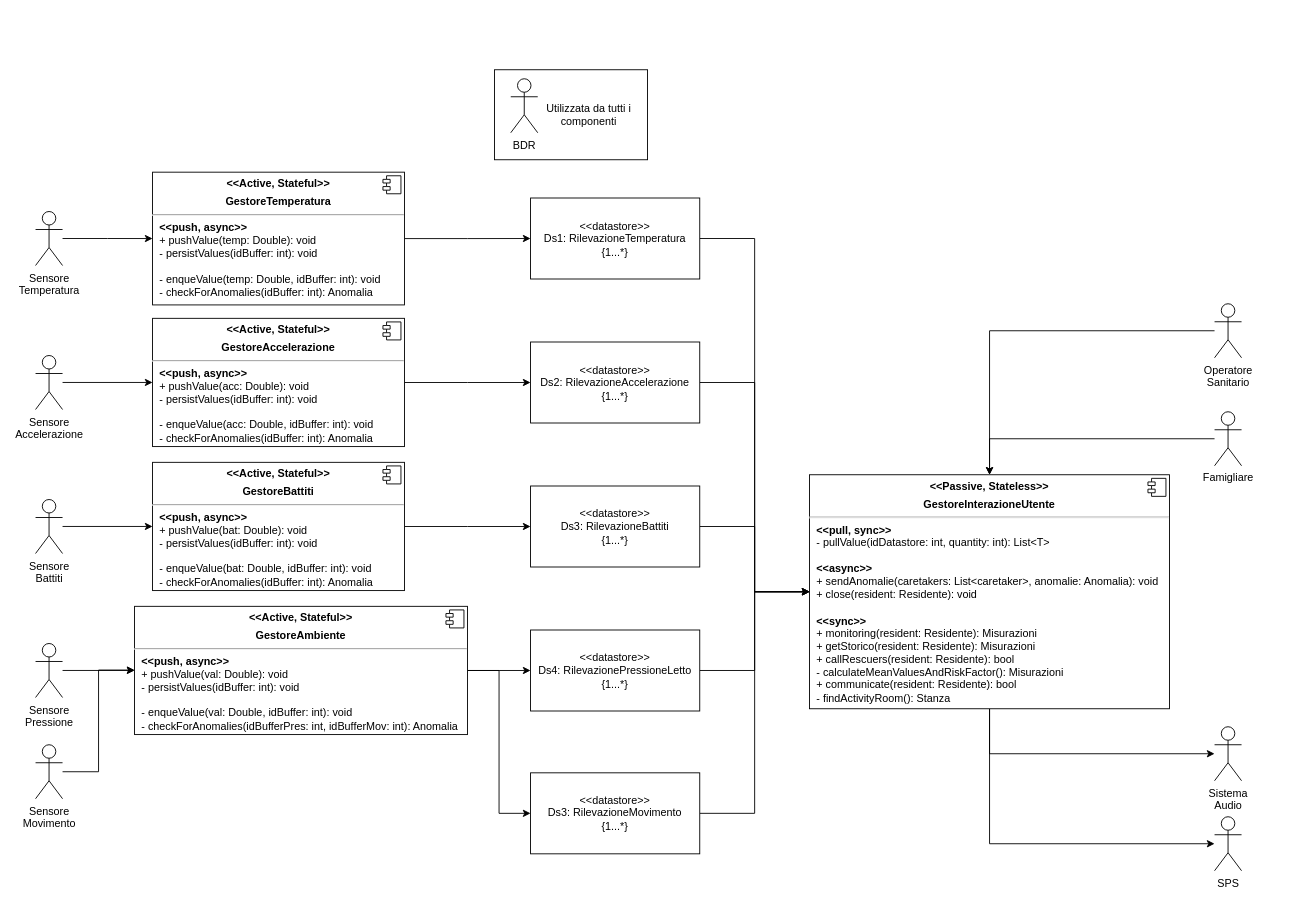
This is page "ConcreteArchitecture" (6 of 11) of Progetto/Diagrammi_Attivita/DiagrammiAttivita.drawio from Wonderjack996/unimib-software-architecture, a draw.io file, before an edit. Source tidied: cells renumbered, new cells numbered last; positions are measured from the earlier drawing's top-left corner, leaving out a move shared by most shapes. Both pictures are drawn from the tidied source at 90%, with x=0, y=0 at pixel (35, 69).
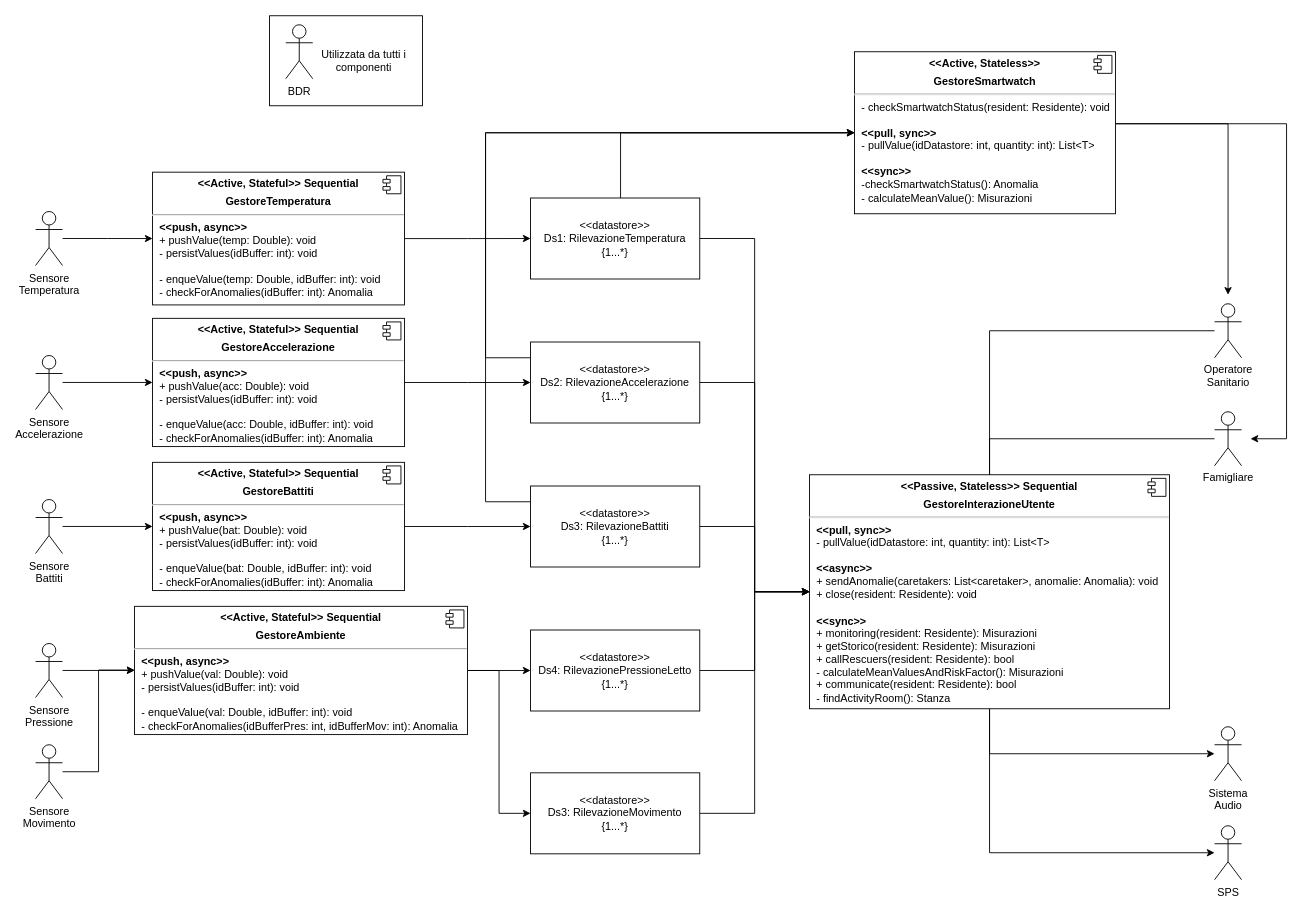
The same diagram, later.

Unchanged cells that the change refers to:
```xml
<mxCell id="4" value="&lt;div&gt;&amp;lt;&amp;lt;datastore&amp;gt;&amp;gt;&lt;/div&gt;&lt;div&gt;Ds1: RilevazioneTemperatura&lt;/div&gt;&lt;div&gt;&lt;span style=&quot;background-color: initial;&quot;&gt;{1...*}&lt;/span&gt;&lt;/div&gt;" style="rounded=0;whiteSpace=wrap;html=1;" parent="1" vertex="1">
  <mxGeometry x="550" y="142.5" width="188" height="90" as="geometry" />
</mxCell>
<mxCell id="11" value="&lt;div&gt;&amp;lt;&amp;lt;datastore&amp;gt;&amp;gt;&lt;/div&gt;&lt;div&gt;Ds2: RilevazioneAccelerazione&lt;/div&gt;&lt;div&gt;&lt;span style=&quot;background-color: initial;&quot;&gt;{1...*}&lt;/span&gt;&lt;/div&gt;" style="rounded=0;whiteSpace=wrap;html=1;" parent="1" vertex="1">
  <mxGeometry x="550" y="302.5" width="188" height="90" as="geometry" />
</mxCell>
<mxCell id="18" value="&lt;div&gt;&amp;lt;&amp;lt;datastore&amp;gt;&amp;gt;&lt;/div&gt;&lt;div&gt;Ds3: RilevazioneBattiti&lt;/div&gt;&lt;div&gt;&lt;span style=&quot;background-color: initial;&quot;&gt;{1...*}&lt;/span&gt;&lt;/div&gt;" style="rounded=0;whiteSpace=wrap;html=1;" parent="1" vertex="1">
  <mxGeometry x="550" y="462.5" width="188" height="90" as="geometry" />
</mxCell>
<mxCell id="41" value="Operatore&lt;br&gt;Sanitario" style="shape=umlActor;verticalLabelPosition=bottom;verticalAlign=top;html=1;outlineConnect=0;" parent="1" vertex="1">
  <mxGeometry x="1310" y="260" width="30" height="60" as="geometry" />
</mxCell>
<mxCell id="43" value="Famigliare" style="shape=umlActor;verticalLabelPosition=bottom;verticalAlign=top;html=1;outlineConnect=0;" parent="1" vertex="1">
  <mxGeometry x="1310" y="380" width="30" height="60" as="geometry" />
</mxCell>
```

The edit, as a diff of the source:
```diff
@@
     <mxCell id="2" style="rounded=0;whiteSpace=wrap;html=1;" parent="1" vertex="1">
-      <mxGeometry x="510" width="170" height="100" as="geometry" />
+      <mxGeometry x="260" y="-60" width="170" height="100" as="geometry" />
     </mxCell>
@@
+    <mxCell id="48" style="edgeStyle=orthogonalEdgeStyle;rounded=0;jettySize=auto;html=1;entryX=0;entryY=0.5;entryDx=0;entryDy=0;endArrow=classic;endFill=1;" parent="1" edge="1" source="4" target="53">
+      <mxGeometry relative="1" as="geometry">
+        <Array as="points">
+          <mxPoint x="650" y="70" />
+        </Array>
+      </mxGeometry>
+    </mxCell>
@@
-    <mxCell id="6" value="&lt;p style=&quot;margin:0px;margin-top:6px;text-align:center;&quot;&gt;&lt;b&gt;&amp;lt;&amp;lt;Active, Stateful&amp;gt;&amp;gt;&lt;/b&gt;&lt;/p&gt;&lt;p style=&quot;margin:0px;margin-top:6px;text-align:center;&quot;&gt;&lt;b&gt;GestoreTemperatura&lt;/b&gt;&lt;/p&gt;&lt;hr&gt;&lt;p style=&quot;margin:0px;margin-left:8px;&quot;&gt;&lt;b&gt;&amp;lt;&amp;lt;push, async&amp;gt;&amp;gt;&lt;/b&gt;&lt;/p&gt;&lt;p style=&quot;margin:0px;margin-left:8px;&quot;&gt;+ pushValue(temp: Double): void&lt;/p&gt;&lt;p style=&quot;border-color: var(--border-color); margin: 0px 0px 0px 8px;&quot;&gt;- persistValues(idBuffer: int): void&lt;/p&gt;&lt;p style=&quot;margin:0px;margin-left:8px;&quot;&gt;&lt;br&gt;- enqueValue(temp: Double, idBuffer: int): void&lt;/p&gt;&lt;p style=&quot;margin:0px;margin-left:8px;&quot;&gt;- checkForAnomalies(idBuffer: int): Anomalia&lt;/p&gt;&lt;p style=&quot;margin:0px;margin-left:8px;&quot;&gt;&lt;br&gt;&lt;/p&gt;&lt;p style=&quot;margin:0px;margin-left:8px;&quot;&gt;&lt;br&gt;&lt;/p&gt;" style="align=left;overflow=fill;html=1;" parent="1" vertex="1">
+    <mxCell id="6" value="&lt;p style=&quot;margin:0px;margin-top:6px;text-align:center;&quot;&gt;&lt;b&gt;&amp;lt;&amp;lt;Active, Stateful&amp;gt;&amp;gt; Sequential&lt;/b&gt;&lt;/p&gt;&lt;p style=&quot;margin:0px;margin-top:6px;text-align:center;&quot;&gt;&lt;b&gt;GestoreTemperatura&lt;/b&gt;&lt;/p&gt;&lt;hr&gt;&lt;p style=&quot;margin:0px;margin-left:8px;&quot;&gt;&lt;b&gt;&amp;lt;&amp;lt;push, async&amp;gt;&amp;gt;&lt;/b&gt;&lt;/p&gt;&lt;p style=&quot;margin:0px;margin-left:8px;&quot;&gt;+ pushValue(temp: Double): void&lt;/p&gt;&lt;p style=&quot;border-color: var(--border-color); margin: 0px 0px 0px 8px;&quot;&gt;- persistValues(idBuffer: int): void&lt;/p&gt;&lt;p style=&quot;margin:0px;margin-left:8px;&quot;&gt;&lt;br&gt;- enqueValue(temp: Double, idBuffer: int): void&lt;/p&gt;&lt;p style=&quot;margin:0px;margin-left:8px;&quot;&gt;- checkForAnomalies(idBuffer: int): Anomalia&lt;/p&gt;&lt;p style=&quot;margin:0px;margin-left:8px;&quot;&gt;&lt;br&gt;&lt;/p&gt;&lt;p style=&quot;margin:0px;margin-left:8px;&quot;&gt;&lt;br&gt;&lt;/p&gt;" style="align=left;overflow=fill;html=1;" parent="1" vertex="1">
       <mxGeometry x="130" y="113.8" width="280" height="147.5" as="geometry" />
     </mxCell>
@@
+    <mxCell id="49" style="edgeStyle=orthogonalEdgeStyle;rounded=0;jettySize=auto;html=1;entryX=0;entryY=0.5;entryDx=0;entryDy=0;endArrow=classic;endFill=1;" parent="1" edge="1" source="11" target="53">
+      <mxGeometry relative="1" as="geometry">
+        <Array as="points">
+          <mxPoint x="500" y="320" />
+          <mxPoint x="500" y="70" />
+        </Array>
+      </mxGeometry>
+    </mxCell>
@@
-    <mxCell id="13" value="&lt;p style=&quot;margin:0px;margin-top:6px;text-align:center;&quot;&gt;&lt;b&gt;&amp;lt;&amp;lt;Active, Stateful&amp;gt;&amp;gt;&lt;/b&gt;&lt;/p&gt;&lt;p style=&quot;margin:0px;margin-top:6px;text-align:center;&quot;&gt;&lt;b&gt;GestoreAccelerazione&lt;/b&gt;&lt;/p&gt;&lt;hr&gt;&lt;p style=&quot;border-color: var(--border-color); margin: 0px 0px 0px 8px;&quot;&gt;&lt;b style=&quot;border-color: var(--border-color);&quot;&gt;&amp;lt;&amp;lt;push, async&amp;gt;&amp;gt;&lt;/b&gt;&lt;/p&gt;&lt;p style=&quot;margin:0px;margin-left:8px;&quot;&gt;+ pushValue(acc: Double): void&lt;/p&gt;&lt;p style=&quot;margin:0px;margin-left:8px;&quot;&gt;- persistValues(idBuffer: int): void&lt;/p&gt;&lt;p style=&quot;margin:0px;margin-left:8px;&quot;&gt;&lt;br&gt;- enqueValue(acc: Double, idBuffer: int): void&lt;/p&gt;&lt;p style=&quot;margin:0px;margin-left:8px;&quot;&gt;- checkForAnomalies(idBuffer: int): Anomalia&lt;/p&gt;&lt;p style=&quot;margin:0px;margin-left:8px;&quot;&gt;&lt;br&gt;&lt;/p&gt;" style="align=left;overflow=fill;html=1;" parent="1" vertex="1">
+    <mxCell id="13" value="&lt;p style=&quot;margin:0px;margin-top:6px;text-align:center;&quot;&gt;&lt;b&gt;&amp;lt;&amp;lt;Active, Stateful&amp;gt;&amp;gt; Sequential&lt;/b&gt;&lt;/p&gt;&lt;p style=&quot;margin:0px;margin-top:6px;text-align:center;&quot;&gt;&lt;b&gt;GestoreAccelerazione&lt;/b&gt;&lt;/p&gt;&lt;hr&gt;&lt;p style=&quot;border-color: var(--border-color); margin: 0px 0px 0px 8px;&quot;&gt;&lt;b style=&quot;border-color: var(--border-color);&quot;&gt;&amp;lt;&amp;lt;push, async&amp;gt;&amp;gt;&lt;/b&gt;&lt;/p&gt;&lt;p style=&quot;margin:0px;margin-left:8px;&quot;&gt;+ pushValue(acc: Double): void&lt;/p&gt;&lt;p style=&quot;margin:0px;margin-left:8px;&quot;&gt;- persistValues(idBuffer: int): void&lt;/p&gt;&lt;p style=&quot;margin:0px;margin-left:8px;&quot;&gt;&lt;br&gt;- enqueValue(acc: Double, idBuffer: int): void&lt;/p&gt;&lt;p style=&quot;margin:0px;margin-left:8px;&quot;&gt;- checkForAnomalies(idBuffer: int): Anomalia&lt;/p&gt;&lt;p style=&quot;margin:0px;margin-left:8px;&quot;&gt;&lt;br&gt;&lt;/p&gt;" style="align=left;overflow=fill;html=1;" parent="1" vertex="1">
       <mxGeometry x="130" y="276.2" width="280" height="142.5" as="geometry" />
     </mxCell>
@@
+    <mxCell id="50" style="edgeStyle=orthogonalEdgeStyle;rounded=0;jettySize=auto;html=1;entryX=0;entryY=0.5;entryDx=0;entryDy=0;endArrow=classic;endFill=1;" parent="1" edge="1" source="18" target="53">
+      <mxGeometry relative="1" as="geometry">
+        <Array as="points">
+          <mxPoint x="500" y="480" />
+          <mxPoint x="500" y="70" />
+        </Array>
+      </mxGeometry>
+    </mxCell>
@@
-    <mxCell id="20" value="&lt;p style=&quot;margin:0px;margin-top:6px;text-align:center;&quot;&gt;&lt;b&gt;&amp;lt;&amp;lt;Active, Stateful&amp;gt;&amp;gt;&lt;/b&gt;&lt;/p&gt;&lt;p style=&quot;margin:0px;margin-top:6px;text-align:center;&quot;&gt;&lt;b&gt;GestoreBattiti&lt;/b&gt;&lt;/p&gt;&lt;hr&gt;&lt;p style=&quot;border-color: var(--border-color); margin: 0px 0px 0px 8px;&quot;&gt;&lt;b style=&quot;border-color: var(--border-color);&quot;&gt;&amp;lt;&amp;lt;push, async&amp;gt;&amp;gt;&lt;/b&gt;&lt;/p&gt;&lt;p style=&quot;margin:0px;margin-left:8px;&quot;&gt;+ pushValue(bat: Double): void&lt;/p&gt;&lt;p style=&quot;margin:0px;margin-left:8px;&quot;&gt;- persistValues(idBuffer: int): void&lt;/p&gt;&lt;p style=&quot;margin:0px;margin-left:8px;&quot;&gt;&lt;br&gt;- enqueValue(bat: Double, idBuffer: int): void&lt;/p&gt;&lt;p style=&quot;margin:0px;margin-left:8px;&quot;&gt;- checkForAnomalies(idBuffer: int): Anomalia&lt;/p&gt;" style="align=left;overflow=fill;html=1;" parent="1" vertex="1">
+    <mxCell id="20" value="&lt;p style=&quot;margin:0px;margin-top:6px;text-align:center;&quot;&gt;&lt;b&gt;&amp;lt;&amp;lt;Active, Stateful&amp;gt;&amp;gt; Sequential&lt;/b&gt;&lt;/p&gt;&lt;p style=&quot;margin:0px;margin-top:6px;text-align:center;&quot;&gt;&lt;b&gt;GestoreBattiti&lt;/b&gt;&lt;/p&gt;&lt;hr&gt;&lt;p style=&quot;border-color: var(--border-color); margin: 0px 0px 0px 8px;&quot;&gt;&lt;b style=&quot;border-color: var(--border-color);&quot;&gt;&amp;lt;&amp;lt;push, async&amp;gt;&amp;gt;&lt;/b&gt;&lt;/p&gt;&lt;p style=&quot;margin:0px;margin-left:8px;&quot;&gt;+ pushValue(bat: Double): void&lt;/p&gt;&lt;p style=&quot;margin:0px;margin-left:8px;&quot;&gt;- persistValues(idBuffer: int): void&lt;/p&gt;&lt;p style=&quot;margin:0px;margin-left:8px;&quot;&gt;&lt;br&gt;- enqueValue(bat: Double, idBuffer: int): void&lt;/p&gt;&lt;p style=&quot;margin:0px;margin-left:8px;&quot;&gt;- checkForAnomalies(idBuffer: int): Anomalia&lt;/p&gt;" style="align=left;overflow=fill;html=1;" parent="1" vertex="1">
       <mxGeometry x="130" y="436.2" width="280" height="142.5" as="geometry" />
     </mxCell>
@@
-    <mxCell id="28" value="&lt;p style=&quot;margin:0px;margin-top:6px;text-align:center;&quot;&gt;&lt;b&gt;&amp;lt;&amp;lt;Active, Stateful&amp;gt;&amp;gt;&lt;/b&gt;&lt;/p&gt;&lt;p style=&quot;margin:0px;margin-top:6px;text-align:center;&quot;&gt;&lt;b&gt;GestoreAmbiente&lt;/b&gt;&lt;/p&gt;&lt;hr&gt;&lt;p style=&quot;margin:0px;margin-left:8px;&quot;&gt;&lt;b style=&quot;border-color: var(--border-color);&quot;&gt;&amp;lt;&amp;lt;push, async&amp;gt;&amp;gt;&lt;/b&gt;&lt;br&gt;&lt;/p&gt;&lt;p style=&quot;margin:0px;margin-left:8px;&quot;&gt;+ pushValue(val: Double): void&lt;/p&gt;&lt;p style=&quot;margin:0px;margin-left:8px;&quot;&gt;- persistValues(idBuffer: int): void&lt;/p&gt;&lt;p style=&quot;margin:0px;margin-left:8px;&quot;&gt;&lt;br&gt;- enqueValue(val: Double, idBuffer: int): void&lt;/p&gt;&lt;p style=&quot;margin:0px;margin-left:8px;&quot;&gt;- checkForAnomalies(idBufferPres: int, idBufferMov: int): Anomalia&lt;/p&gt;" style="align=left;overflow=fill;html=1;" parent="1" vertex="1">
+    <mxCell id="28" value="&lt;p style=&quot;margin:0px;margin-top:6px;text-align:center;&quot;&gt;&lt;b&gt;&amp;lt;&amp;lt;Active, Stateful&amp;gt;&amp;gt; Sequential&lt;/b&gt;&lt;/p&gt;&lt;p style=&quot;margin:0px;margin-top:6px;text-align:center;&quot;&gt;&lt;b&gt;GestoreAmbiente&lt;/b&gt;&lt;/p&gt;&lt;hr&gt;&lt;p style=&quot;margin:0px;margin-left:8px;&quot;&gt;&lt;b style=&quot;border-color: var(--border-color);&quot;&gt;&amp;lt;&amp;lt;push, async&amp;gt;&amp;gt;&lt;/b&gt;&lt;br&gt;&lt;/p&gt;&lt;p style=&quot;margin:0px;margin-left:8px;&quot;&gt;+ pushValue(val: Double): void&lt;/p&gt;&lt;p style=&quot;margin:0px;margin-left:8px;&quot;&gt;- persistValues(idBuffer: int): void&lt;/p&gt;&lt;p style=&quot;margin:0px;margin-left:8px;&quot;&gt;&lt;br&gt;- enqueValue(val: Double, idBuffer: int): void&lt;/p&gt;&lt;p style=&quot;margin:0px;margin-left:8px;&quot;&gt;- checkForAnomalies(idBufferPres: int, idBufferMov: int): Anomalia&lt;/p&gt;" style="align=left;overflow=fill;html=1;" parent="1" vertex="1">
       <mxGeometry x="110" y="596.2" width="370" height="142.5" as="geometry" />
     </mxCell>
@@
     <mxCell id="36" style="edgeStyle=orthogonalEdgeStyle;rounded=0;jettySize=auto;html=1;endArrow=classic;endFill=1;" parent="1" edge="1" source="38" target="45">
       <mxGeometry relative="1" as="geometry">
         <Array as="points">
-          <mxPoint x="1060" y="860" />
+          <mxPoint x="1060" y="870" />
         </Array>
       </mxGeometry>
     </mxCell>
@@
-    <mxCell id="38" value="&lt;p style=&quot;margin:0px;margin-top:6px;text-align:center;&quot;&gt;&lt;b&gt;&amp;lt;&amp;lt;Passive, Stateless&amp;gt;&amp;gt;&lt;/b&gt;&lt;/p&gt;&lt;p style=&quot;margin:0px;margin-top:6px;text-align:center;&quot;&gt;&lt;b&gt;GestoreInterazioneUtente&lt;/b&gt;&lt;/p&gt;&lt;hr&gt;&lt;p style=&quot;margin:0px;margin-left:8px;&quot;&gt;&lt;b&gt;&amp;lt;&amp;lt;pull, sync&amp;gt;&amp;gt;&lt;/b&gt;&lt;/p&gt;&lt;p style=&quot;margin:0px;margin-left:8px;&quot;&gt;- pullValue(idDatastore: int, quantity: int): List&amp;lt;T&amp;gt;&lt;/p&gt;&lt;p style=&quot;margin:0px;margin-left:8px;&quot;&gt;&lt;br&gt;&lt;/p&gt;&lt;p style=&quot;margin:0px;margin-left:8px;&quot;&gt;&lt;b&gt;&amp;lt;&amp;lt;async&amp;gt;&amp;gt;&lt;/b&gt;&lt;/p&gt;&lt;p style=&quot;margin:0px;margin-left:8px;&quot;&gt;+ sendAnomalie(caretakers: List&amp;lt;caretaker&amp;gt;, anomalie: Anomalia): void&lt;/p&gt;&lt;p style=&quot;margin:0px;margin-left:8px;&quot;&gt;+ close(resident: Residente): void&lt;br&gt;&lt;/p&gt;&lt;p style=&quot;margin:0px;margin-left:8px;&quot;&gt;&lt;br&gt;&lt;/p&gt;&lt;p style=&quot;margin:0px;margin-left:8px;&quot;&gt;&lt;b&gt;&amp;lt;&amp;lt;sync&amp;gt;&amp;gt;&lt;/b&gt;&lt;/p&gt;&lt;p style=&quot;border-color: var(--border-color); margin: 0px 0px 0px 8px;&quot;&gt;+ monitoring(resident: Residente): Misurazioni&lt;br style=&quot;border-color: var(--border-color);&quot;&gt;&lt;/p&gt;&lt;p style=&quot;border-color: var(--border-color); margin: 0px 0px 0px 8px;&quot;&gt;+ getStorico(resident: Residente): Misurazioni&lt;/p&gt;&lt;p style=&quot;margin:0px;margin-left:8px;&quot;&gt;+ callRescuers(resident: Residente): bool&lt;/p&gt;&lt;p style=&quot;margin:0px;margin-left:8px;&quot;&gt;- calculateMeanValuesAndRiskFactor(): Misurazioni&lt;/p&gt;&lt;p style=&quot;margin:0px;margin-left:8px;&quot;&gt;+ communicate(resident: Residente): bool&lt;/p&gt;&lt;p style=&quot;margin:0px;margin-left:8px;&quot;&gt;- findActivityRoom(): Stanza&lt;/p&gt;" style="align=left;overflow=fill;html=1;" parent="1" vertex="1">
+    <mxCell id="38" value="&lt;p style=&quot;margin:0px;margin-top:6px;text-align:center;&quot;&gt;&lt;b&gt;&amp;lt;&amp;lt;Passive, Stateless&amp;gt;&amp;gt; Sequential&lt;/b&gt;&lt;/p&gt;&lt;p style=&quot;margin:0px;margin-top:6px;text-align:center;&quot;&gt;&lt;b&gt;GestoreInterazioneUtente&lt;/b&gt;&lt;/p&gt;&lt;hr&gt;&lt;p style=&quot;margin:0px;margin-left:8px;&quot;&gt;&lt;b&gt;&amp;lt;&amp;lt;pull, sync&amp;gt;&amp;gt;&lt;/b&gt;&lt;/p&gt;&lt;p style=&quot;margin:0px;margin-left:8px;&quot;&gt;- pullValue(idDatastore: int, quantity: int): List&amp;lt;T&amp;gt;&lt;/p&gt;&lt;p style=&quot;margin:0px;margin-left:8px;&quot;&gt;&lt;br&gt;&lt;/p&gt;&lt;p style=&quot;margin:0px;margin-left:8px;&quot;&gt;&lt;b&gt;&amp;lt;&amp;lt;async&amp;gt;&amp;gt;&lt;/b&gt;&lt;/p&gt;&lt;p style=&quot;margin:0px;margin-left:8px;&quot;&gt;+ sendAnomalie(caretakers: List&amp;lt;caretaker&amp;gt;, anomalie: Anomalia): void&lt;/p&gt;&lt;p style=&quot;margin:0px;margin-left:8px;&quot;&gt;+ close(resident: Residente): void&lt;br&gt;&lt;/p&gt;&lt;p style=&quot;margin:0px;margin-left:8px;&quot;&gt;&lt;br&gt;&lt;/p&gt;&lt;p style=&quot;margin:0px;margin-left:8px;&quot;&gt;&lt;b&gt;&amp;lt;&amp;lt;sync&amp;gt;&amp;gt;&lt;/b&gt;&lt;/p&gt;&lt;p style=&quot;border-color: var(--border-color); margin: 0px 0px 0px 8px;&quot;&gt;+ monitoring(resident: Residente): Misurazioni&lt;br style=&quot;border-color: var(--border-color);&quot;&gt;&lt;/p&gt;&lt;p style=&quot;border-color: var(--border-color); margin: 0px 0px 0px 8px;&quot;&gt;+ getStorico(resident: Residente): Misurazioni&lt;/p&gt;&lt;p style=&quot;margin:0px;margin-left:8px;&quot;&gt;+ callRescuers(resident: Residente): bool&lt;/p&gt;&lt;p style=&quot;margin:0px;margin-left:8px;&quot;&gt;- calculateMeanValuesAndRiskFactor(): Misurazioni&lt;/p&gt;&lt;p style=&quot;margin:0px;margin-left:8px;&quot;&gt;+ communicate(resident: Residente): bool&lt;/p&gt;&lt;p style=&quot;margin:0px;margin-left:8px;&quot;&gt;- findActivityRoom(): Stanza&lt;/p&gt;" style="align=left;overflow=fill;html=1;" parent="1" vertex="1">
       <mxGeometry x="860" y="450" width="400" height="260" as="geometry" />
     </mxCell>
@@
-    <mxCell id="40" style="edgeStyle=orthogonalEdgeStyle;rounded=0;jettySize=auto;html=1;endArrow=classic;endFill=1;" parent="1" edge="1" source="41" target="38">
+    <mxCell id="40" style="edgeStyle=orthogonalEdgeStyle;rounded=0;jettySize=auto;html=1;endArrow=none;endFill=0;" parent="1" edge="1" source="41" target="38">
       <mxGeometry relative="1" as="geometry" />
     </mxCell>
@@
-    <mxCell id="42" style="edgeStyle=orthogonalEdgeStyle;rounded=0;jettySize=auto;html=1;entryX=0.5;entryY=0;entryDx=0;entryDy=0;endArrow=classic;endFill=1;" parent="1" edge="1" source="43" target="38">
+    <mxCell id="42" style="edgeStyle=orthogonalEdgeStyle;rounded=0;jettySize=auto;html=1;entryX=0.5;entryY=0;entryDx=0;entryDy=0;endArrow=none;endFill=0;" parent="1" edge="1" source="43" target="38">
       <mxGeometry relative="1" as="geometry" />
     </mxCell>
@@
     <mxCell id="45" value="SPS" style="shape=umlActor;verticalLabelPosition=bottom;verticalAlign=top;html=1;outlineConnect=0;" parent="1" vertex="1">
-      <mxGeometry x="1310" y="830" width="30" height="60" as="geometry" />
+      <mxGeometry x="1310" y="840" width="30" height="60" as="geometry" />
     </mxCell>
     <mxCell id="46" value="BDR" style="shape=umlActor;verticalLabelPosition=bottom;verticalAlign=top;html=1;" parent="1" vertex="1">
-      <mxGeometry x="528" y="10" width="30" height="60" as="geometry" />
+      <mxGeometry x="278" y="-50" width="30" height="60" as="geometry" />
     </mxCell>
     <mxCell id="47" value="Utilizzata da tutti i componenti" style="text;html=1;strokeColor=none;fillColor=none;align=center;verticalAlign=middle;whiteSpace=wrap;rounded=0;" parent="1" vertex="1">
-      <mxGeometry x="550" y="35" width="130" height="30" as="geometry" />
+      <mxGeometry x="300" y="-25" width="130" height="30" as="geometry" />
     </mxCell>
+    <mxCell id="51" style="edgeStyle=orthogonalEdgeStyle;rounded=0;jettySize=auto;html=1;endArrow=classic;endFill=1;" parent="1" edge="1" source="53">
+      <mxGeometry relative="1" as="geometry">
+        <mxPoint x="1325" y="250" as="targetPoint" />
+        <Array as="points">
+          <mxPoint x="1325" y="60" />
+        </Array>
+      </mxGeometry>
+    </mxCell>
+    <mxCell id="52" style="edgeStyle=orthogonalEdgeStyle;rounded=0;jettySize=auto;html=1;endArrow=classic;endFill=1;" parent="1" edge="1" source="53">
+      <mxGeometry relative="1" as="geometry">
+        <mxPoint x="1350" y="410" as="targetPoint" />
+        <Array as="points">
+          <mxPoint x="1390" y="60" />
+          <mxPoint x="1390" y="410" />
+          <mxPoint x="1350" y="410" />
+        </Array>
+      </mxGeometry>
+    </mxCell>
+    <mxCell id="53" value="&lt;p style=&quot;margin:0px;margin-top:6px;text-align:center;&quot;&gt;&lt;b&gt;&amp;lt;&amp;lt;Active, Stateless&amp;gt;&amp;gt;&lt;/b&gt;&lt;/p&gt;&lt;p style=&quot;margin:0px;margin-top:6px;text-align:center;&quot;&gt;&lt;b&gt;GestoreSmartwatch&lt;/b&gt;&lt;/p&gt;&lt;hr&gt;&lt;p style=&quot;border-color: var(--border-color); margin: 0px 0px 0px 8px;&quot;&gt;&lt;span style=&quot;border-color: var(--border-color);&quot;&gt;- checkSmartwatchStatus(resident: Residente): void&lt;/span&gt;&lt;/p&gt;&lt;p style=&quot;border-color: var(--border-color); margin: 0px 0px 0px 8px;&quot;&gt;&lt;b style=&quot;border-color: var(--border-color);&quot;&gt;&lt;br&gt;&lt;/b&gt;&lt;/p&gt;&lt;p style=&quot;border-color: var(--border-color); margin: 0px 0px 0px 8px;&quot;&gt;&lt;b style=&quot;border-color: var(--border-color);&quot;&gt;&amp;lt;&lt;/b&gt;&lt;b style=&quot;background-color: initial; border-color: var(--border-color);&quot;&gt;&amp;lt;pull, sync&amp;gt;&amp;gt;&lt;/b&gt;&lt;/p&gt;&lt;p style=&quot;border-color: var(--border-color); margin: 0px 0px 0px 8px;&quot;&gt;- pullValue(idDatastore: int, quantity: int): List&amp;lt;T&amp;gt;&lt;/p&gt;&lt;p style=&quot;border-color: var(--border-color); margin: 0px 0px 0px 8px;&quot;&gt;&lt;br&gt;&lt;/p&gt;&lt;p style=&quot;border-color: var(--border-color); margin: 0px 0px 0px 8px;&quot;&gt;&lt;b&gt;&amp;lt;&amp;lt;sync&amp;gt;&amp;gt;&lt;/b&gt;&lt;/p&gt;&lt;p style=&quot;border-color: var(--border-color); margin: 0px 0px 0px 8px;&quot;&gt;-checkSmartwatchStatus(): Anomalia&lt;/p&gt;&lt;p style=&quot;border-color: var(--border-color); margin: 0px 0px 0px 8px;&quot;&gt;- calculateMeanValue(): Misurazioni&lt;/p&gt;&lt;p style=&quot;margin:0px;margin-left:8px;&quot;&gt;&lt;br&gt;&lt;/p&gt;" style="align=left;overflow=fill;html=1;" parent="1" vertex="1">
+      <mxGeometry x="910" y="-20" width="290" height="180" as="geometry" />
+    </mxCell>
+    <mxCell id="54" style="shape=component;jettyWidth=8;jettyHeight=4;" parent="53" vertex="1">
+      <mxGeometry x="1" width="20" height="20" relative="1" as="geometry">
+        <mxPoint x="-24" y="4" as="offset" />
+      </mxGeometry>
+    </mxCell>
```
